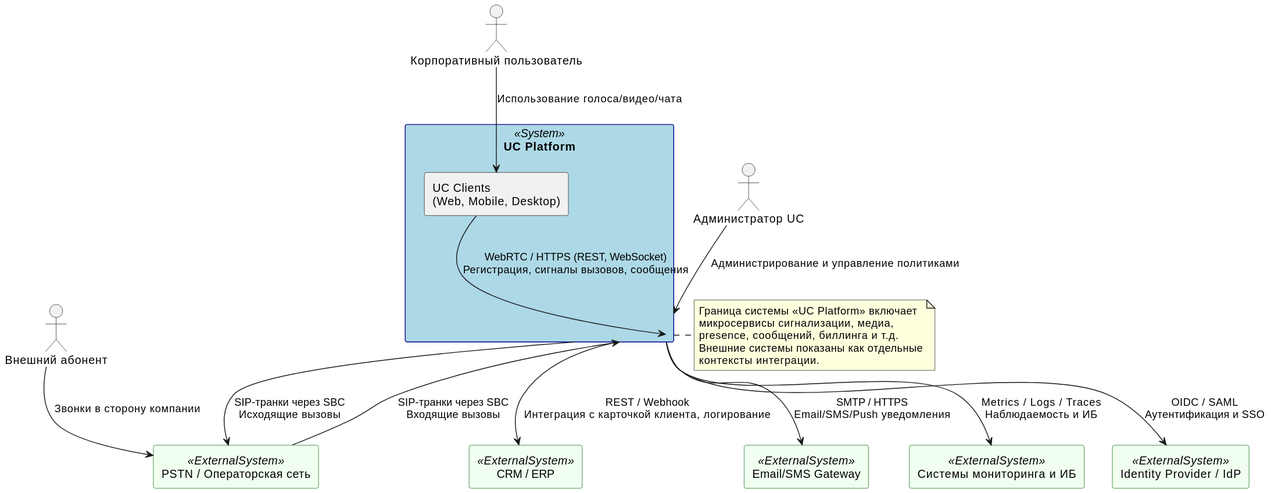
Earlier version of the PlantUML export docs/assets/diagrams/C4_Context_UC_Platform.svg (i-chetvergov/software_architect). The source it was exported from:
```plantuml
@startuml

skinparam rectangle {
  BackgroundColor<<System>> LightBlue
  BorderColor<<System>> DarkBlue
}
skinparam rectangle {
  BackgroundColor<<ExternalSystem>> HoneyDew
  BorderColor<<ExternalSystem>> DarkGreen
}

actor "Корпоративный пользователь" as CorpUser
actor "Администратор UC" as Admin
actor "Внешний абонент" as ExternalCaller

rectangle "UC Platform" <<System>> as UC {
  rectangle "UC Clients\n(Web, Mobile, Desktop)" as UCClients
}

rectangle "Identity Provider / IdP" <<ExternalSystem>> as IdP
rectangle "CRM / ERP" <<ExternalSystem>> as CRM
rectangle "PSTN / Операторская сеть" <<ExternalSystem>> as PSTN
rectangle "Email/SMS Gateway" <<ExternalSystem>> as ESMSGW
rectangle "Системы мониторинга и ИБ" <<ExternalSystem>> as Monitoring

CorpUser --> UCClients : Использование голоса/видео/чата
Admin --> UC : Администрирование и управление политиками
ExternalCaller --> PSTN : Звонки в сторону компании

UCClients --> UC : WebRTC / HTTPS (REST, WebSocket)\nРегистрация, сигналы вызовов, сообщения
UC --> IdP : OIDC / SAML\nАутентификация и SSO
UC --> CRM : REST / Webhook\nИнтеграция с карточкой клиента, логирование
UC --> ESMSGW : SMTP / HTTPS\nEmail/SMS/Push уведомления
UC --> Monitoring : Metrics / Logs / Traces\nНаблюдаемость и ИБ
UC --> PSTN : SIP-транки через SBC\nИсходящие вызовы
PSTN --> UC : SIP-транки через SBC\nВходящие вызовы

note right of UC
  Граница системы «UC Platform» включает
  микросервисы сигнализации, медиа,
  presence, сообщений, биллинга и т.д.
  Внешние системы показаны как отдельные
  контексты интеграции.
end note
@enduml
```
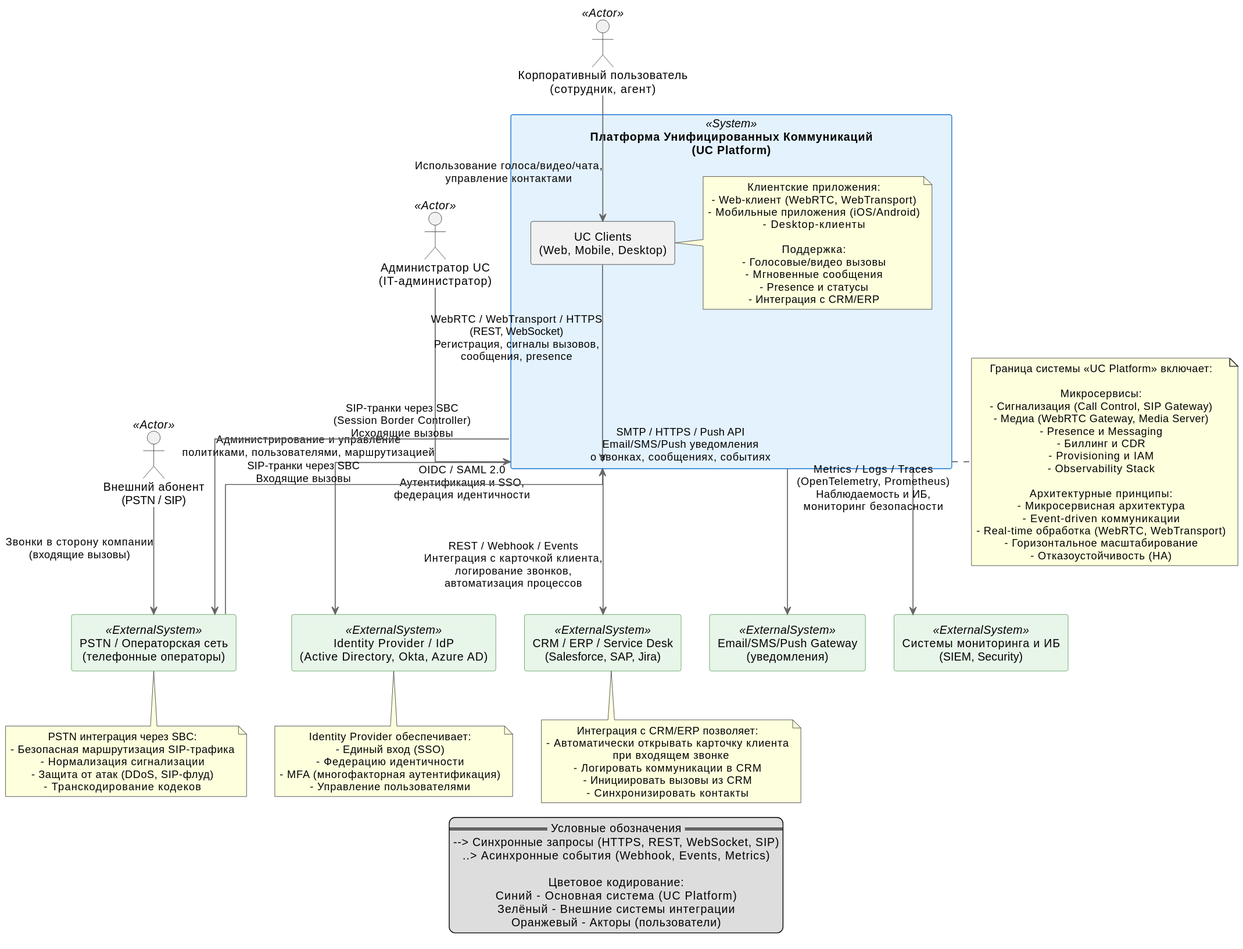
The same diagram one commit later.

Change to the diagram source:
```diff
@@ -1,45 +1,120 @@
 @startuml
 
+skinparam linetype ortho
+skinparam arrowColor #666
+skinparam arrowThickness 1.2
+skinparam shadowing false
+skinparam defaultTextAlignment center
+
 skinparam rectangle {
-  BackgroundColor<<System>> LightBlue
-  BorderColor<<System>> DarkBlue
-}
-skinparam rectangle {
-  BackgroundColor<<ExternalSystem>> HoneyDew
-  BorderColor<<ExternalSystem>> DarkGreen
+  BackgroundColor<<System>> #E3F2FD
+  BorderColor<<System>> #1976D2
+  BackgroundColor<<ExternalSystem>> #E8F5E9
+  BorderColor<<ExternalSystem>> #388E3C
+  BackgroundColor<<Actor>> #FFF3E0
+  BorderColor<<Actor>> #F57C00
 }
 
-actor "Корпоративный пользователь" as CorpUser
-actor "Администратор UC" as Admin
-actor "Внешний абонент" as ExternalCaller
+actor "Корпоративный пользователь\n(сотрудник, агент)" as CorpUser <<Actor>>
+actor "Администратор UC\n(IT-администратор)" as Admin <<Actor>>
+actor "Внешний абонент\n(PSTN / SIP)" as ExternalCaller <<Actor>>
 
-rectangle "UC Platform" <<System>> as UC {
+rectangle "Платформа Унифицированных Коммуникаций\n(UC Platform)" <<System>> as UC {
   rectangle "UC Clients\n(Web, Mobile, Desktop)" as UCClients
+  note right of UCClients
+    Клиентские приложения:
+    - Web-клиент (WebRTC, WebTransport)
+    - Мобильные приложения (iOS/Android)
+    - Desktop-клиенты
+
+    Поддержка:
+    - Голосовые/видео вызовы
+    - Мгновенные сообщения
+    - Presence и статусы
+    - Интеграция с CRM/ERP
+  end note
 }
 
-rectangle "Identity Provider / IdP" <<ExternalSystem>> as IdP
-rectangle "CRM / ERP" <<ExternalSystem>> as CRM
-rectangle "PSTN / Операторская сеть" <<ExternalSystem>> as PSTN
-rectangle "Email/SMS Gateway" <<ExternalSystem>> as ESMSGW
-rectangle "Системы мониторинга и ИБ" <<ExternalSystem>> as Monitoring
+rectangle "Identity Provider / IdP\n(Active Directory, Okta, Azure AD)" <<ExternalSystem>> as IdP
+rectangle "CRM / ERP / Service Desk\n(Salesforce, SAP, Jira)" <<ExternalSystem>> as CRM
+rectangle "PSTN / Операторская сеть\n(телефонные операторы)" <<ExternalSystem>> as PSTN
+rectangle "Email/SMS/Push Gateway\n(уведомления)" <<ExternalSystem>> as ESMSGW
+rectangle "Системы мониторинга и ИБ\n(SIEM, Security)" <<ExternalSystem>> as Monitoring
 
-CorpUser --> UCClients : Использование голоса/видео/чата
-Admin --> UC : Администрирование и управление политиками
-ExternalCaller --> PSTN : Звонки в сторону компании
 
-UCClients --> UC : WebRTC / HTTPS (REST, WebSocket)\nРегистрация, сигналы вызовов, сообщения
-UC --> IdP : OIDC / SAML\nАутентификация и SSO
-UC --> CRM : REST / Webhook\nИнтеграция с карточкой клиента, логирование
-UC --> ESMSGW : SMTP / HTTPS\nEmail/SMS/Push уведомления
-UC --> Monitoring : Metrics / Logs / Traces\nНаблюдаемость и ИБ
-UC --> PSTN : SIP-транки через SBC\nИсходящие вызовы
+CorpUser --> UCClients : Использование голоса/видео/чата,\nуправление контактами
+Admin --> UC : Администрирование и управление\nполитиками, пользователями, маршрутизацией
+ExternalCaller --> PSTN : Звонки в сторону компании\n(входящие вызовы)
+
+
+UCClients --> UC : WebRTC / WebTransport / HTTPS\n(REST, WebSocket)\nРегистрация, сигналы вызовов,\nсообщения, presence
+
+
+UC --> IdP : OIDC / SAML 2.0\nАутентификация и SSO,\nфедерация идентичности
+
+UC --> CRM : REST / Webhook / Events\nИнтеграция с карточкой клиента,\nлогирование звонков,\nавтоматизация процессов
+
+UC --> ESMSGW : SMTP / HTTPS / Push API\nEmail/SMS/Push уведомления\nо звонках, сообщениях, событиях
+
+UC --> Monitoring : Metrics / Logs / Traces\n(OpenTelemetry, Prometheus)\nНаблюдаемость и ИБ,\nмониторинг безопасности
+
+UC --> PSTN : SIP-транки через SBC\n(Session Border Controller)\nИсходящие вызовы
 PSTN --> UC : SIP-транки через SBC\nВходящие вызовы
 
+
 note right of UC
-  Граница системы «UC Platform» включает
-  микросервисы сигнализации, медиа,
-  presence, сообщений, биллинга и т.д.
-  Внешние системы показаны как отдельные
-  контексты интеграции.
+  Граница системы «UC Platform» включает:
+
+  Микросервисы:
+  - Сигнализация (Call Control, SIP Gateway)
+  - Медиа (WebRTC Gateway, Media Server)
+  - Presence и Messaging
+  - Биллинг и CDR
+  - Provisioning и IAM
+  - Observability Stack
+
+  Архитектурные принципы:
+  - Микросервисная архитектура
+  - Event-driven коммуникации
+  - Real-time обработка (WebRTC, WebTransport)
+  - Горизонтальное масштабирование
+  - Отказоустойчивость (HA)
 end note
+
+note bottom of IdP
+  Identity Provider обеспечивает:
+  - Единый вход (SSO)
+  - Федерацию идентичности
+  - MFA (многофакторная аутентификация)
+  - Управление пользователями
+end note
+
+note bottom of CRM
+  Интеграция с CRM/ERP позволяет:
+  - Автоматически открывать карточку клиента
+    при входящем звонке
+  - Логировать коммуникации в CRM
+  - Инициировать вызовы из CRM
+  - Синхронизировать контакты
+end note
+
+note bottom of PSTN
+  PSTN интеграция через SBC:
+  - Безопасная маршрутизация SIP-трафика
+  - Нормализация сигнализации
+  - Защита от атак (DDoS, SIP-флуд)
+  - Транскодирование кодеков
+end note
+
+
+legend bottom
+  == Условные обозначения ==
+  -->   Синхронные запросы (HTTPS, REST, WebSocket, SIP)
+  ..>   Асинхронные события (Webhook, Events, Metrics)
+
+  Цветовое кодирование:
+  Синий    - Основная система (UC Platform)
+  Зелёный  - Внешние системы интеграции
+  Оранжевый - Акторы (пользователи)
+endlegend
 @enduml
```
